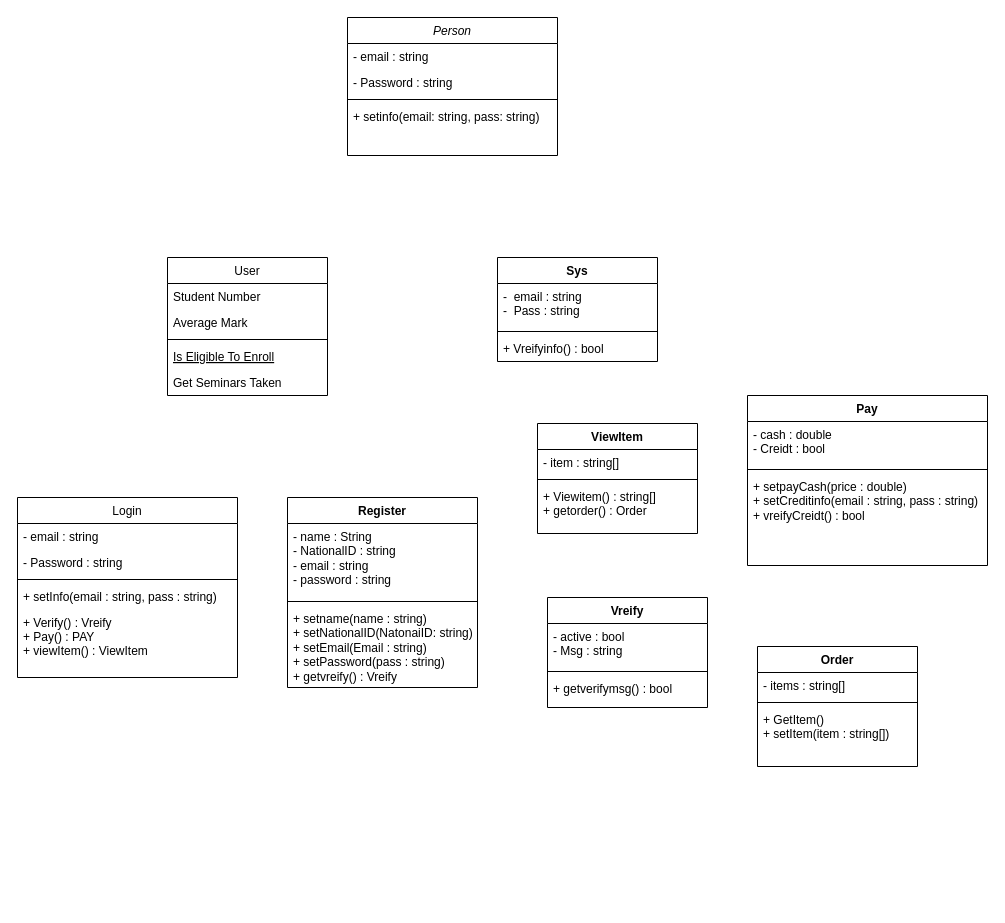
Earlier version of the draw.io diagram Session 11/Class Diagram.drawio (youssefeissa18/AI-Tasks). Source tidied: cells renumbered, new cells numbered last; positions are measured from the earlier drawing's top-left corner, leaving out a move shared by most shapes. Both pictures are drawn from the tidied source at 100%, with x=0, y=0 at pixel (17, 17).
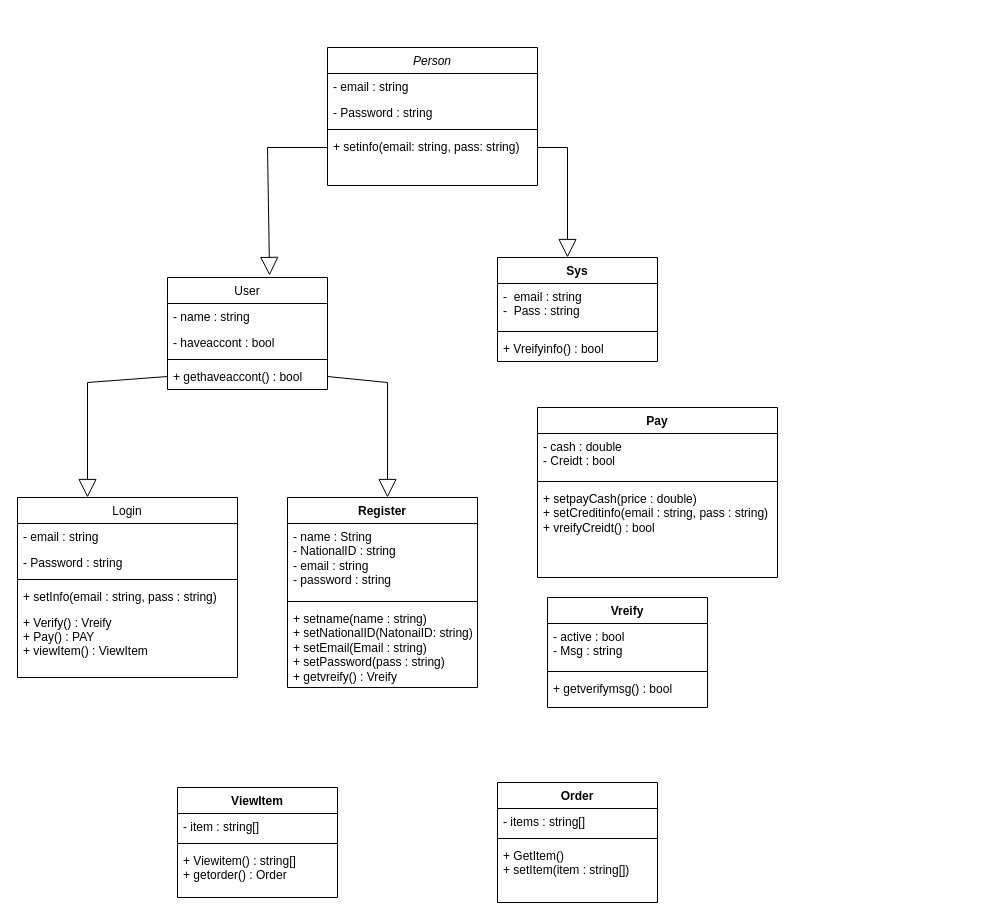
Above is the later version.

Commit message:
some edition in class diagram

Change to the diagram source:
```diff
@@
     <mxCell id="2" value="Person" style="swimlane;fontStyle=2;align=center;verticalAlign=top;horizontal=1;startSize=26;rounded=0;shadow=0;strokeWidth=1;" parent="1" vertex="1">
-      <mxGeometry x="330" width="210" height="138" as="geometry" />
+      <mxGeometry x="310" y="30" width="210" height="138" as="geometry" />
     </mxCell>
@@
     <mxCell id="7" value="User" style="swimlane;fontStyle=0;align=center;verticalAlign=top;horizontal=1;startSize=26;rounded=0;shadow=0;strokeWidth=1;" parent="1" vertex="1">
-      <mxGeometry x="150" y="240" width="160" height="138" as="geometry" />
+      <mxGeometry x="150" y="260" width="160" height="112" as="geometry" />
     </mxCell>
-    <mxCell id="8" value="Student Number" style="text;align=left;verticalAlign=top;spacingLeft=4;spacingRight=4;overflow=hidden;" parent="7" vertex="1">
+    <mxCell id="8" value="- name : string" style="text;align=left;verticalAlign=top;spacingLeft=4;spacingRight=4;overflow=hidden;" parent="7" vertex="1">
       <mxGeometry y="26" width="160" height="26" as="geometry" />
     </mxCell>
-    <mxCell id="9" value="Average Mark" style="text;align=left;verticalAlign=top;spacingLeft=4;spacingRight=4;overflow=hidden;rounded=0;shadow=0;html=0;" parent="7" vertex="1">
+    <mxCell id="9" value="- haveaccont : bool" style="text;align=left;verticalAlign=top;spacingLeft=4;spacingRight=4;overflow=hidden;rounded=0;shadow=0;html=0;" parent="7" vertex="1">
       <mxGeometry y="52" width="160" height="26" as="geometry" />
     </mxCell>
@@
-    <mxCell id="11" value="Is Eligible To Enroll" style="text;align=left;verticalAlign=top;spacingLeft=4;spacingRight=4;overflow=hidden;fontStyle=4;" parent="7" vertex="1">
-      <mxGeometry y="86" width="160" height="26" as="geometry" />
-    </mxCell>
-    <mxCell id="12" value="Get Seminars Taken" style="text;align=left;verticalAlign=top;spacingLeft=4;spacingRight=4;overflow=hidden;points=[[0,0.5],[1,0.5]];portConstraint=eastwest;" parent="7" vertex="1">
-      <mxGeometry y="112" width="160" height="26" as="geometry" />
+    <mxCell id="12" value="+ gethaveaccont() : bool" style="text;align=left;verticalAlign=top;spacingLeft=4;spacingRight=4;overflow=hidden;points=[[0,0.5],[1,0.5]];portConstraint=eastwest;" parent="7" vertex="1">
+      <mxGeometry y="86" width="160" height="26" as="geometry" />
     </mxCell>
@@
     <mxCell id="31" value="Pay" style="swimlane;fontStyle=1;align=center;verticalAlign=top;horizontal=1;startSize=26;whiteSpace=wrap;html=1;" parent="1" vertex="1">
-      <mxGeometry x="730" y="378" width="240" height="170" as="geometry" />
+      <mxGeometry x="520" y="390" width="240" height="170" as="geometry" />
     </mxCell>
@@
     <mxCell id="35" value="ViewItem" style="swimlane;fontStyle=1;align=center;verticalAlign=top;horizontal=1;startSize=26;whiteSpace=wrap;html=1;" parent="1" vertex="1">
-      <mxGeometry x="520" y="406" width="160" height="110" as="geometry" />
+      <mxGeometry x="160" y="770" width="160" height="110" as="geometry" />
     </mxCell>
@@
     <mxCell id="39" value="Order" style="swimlane;fontStyle=1;align=center;verticalAlign=top;horizontal=1;startSize=26;whiteSpace=wrap;html=1;" parent="1" vertex="1">
-      <mxGeometry x="740" y="629" width="160" height="120" as="geometry" />
+      <mxGeometry x="480" y="765" width="160" height="120" as="geometry" />
     </mxCell>
@@
+    <mxCell id="43" style="endArrow=block;endSize=16;endFill=0;html=1;rounded=0;exitX=0;exitY=0.5;exitDx=0;exitDy=0;" parent="1" edge="1" source="12">
+      <mxGeometry relative="1" as="geometry">
+        <mxPoint x="70" y="480" as="targetPoint" />
+        <Array as="points">
+          <mxPoint x="70" y="365" />
+        </Array>
+      </mxGeometry>
+    </mxCell>
+    <mxCell id="44" style="endArrow=block;endSize=16;endFill=0;html=1;rounded=0;exitX=1;exitY=0.5;exitDx=0;exitDy=0;" parent="1" edge="1" source="12">
+      <mxGeometry relative="1" as="geometry">
+        <mxPoint x="370" y="480" as="targetPoint" />
+        <Array as="points">
+          <mxPoint x="370" y="365" />
+        </Array>
+      </mxGeometry>
+    </mxCell>
+    <mxCell id="45" style="endArrow=block;endSize=16;endFill=0;html=1;rounded=0;entryX=0.638;entryY=-0.018;entryDx=0;entryDy=0;entryPerimeter=0;" parent="1" edge="1" target="7">
+      <mxGeometry relative="1" as="geometry">
+        <mxPoint x="310" y="130" as="sourcePoint" />
+        <Array as="points">
+          <mxPoint x="250" y="130" />
+        </Array>
+      </mxGeometry>
+    </mxCell>
+    <mxCell id="46" style="endArrow=block;endSize=16;endFill=0;html=1;rounded=0;" parent="1" edge="1">
+      <mxGeometry relative="1" as="geometry">
+        <mxPoint x="520" y="130" as="sourcePoint" />
+        <mxPoint x="550" y="240" as="targetPoint" />
+        <Array as="points">
+          <mxPoint x="550" y="130" />
+        </Array>
+      </mxGeometry>
+    </mxCell>
```
